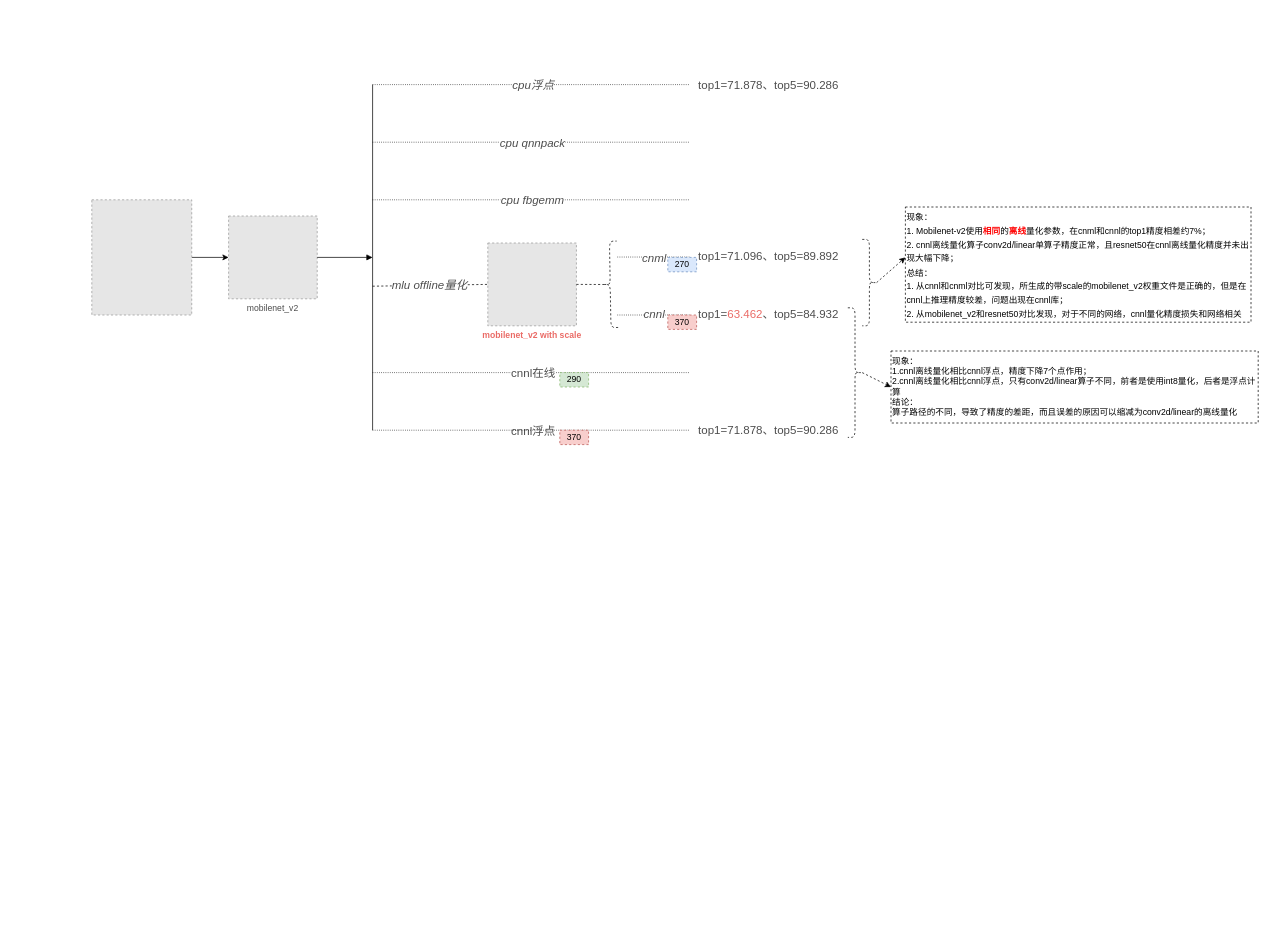
Earlier version of the draw.io diagram torch/quantize_analysis.drawio (alanzhai219/dive_into_framework). Source tidied: cells renumbered, new cells numbered last; positions are measured from the earlier drawing's top-left corner, leaving out a move shared by most shapes. Both pictures are drawn from the tidied source at 72%, with x=0, y=0 at pixel (91, 70). Pictures stored in the file or linked from it are replaced by grey dashed boxes.
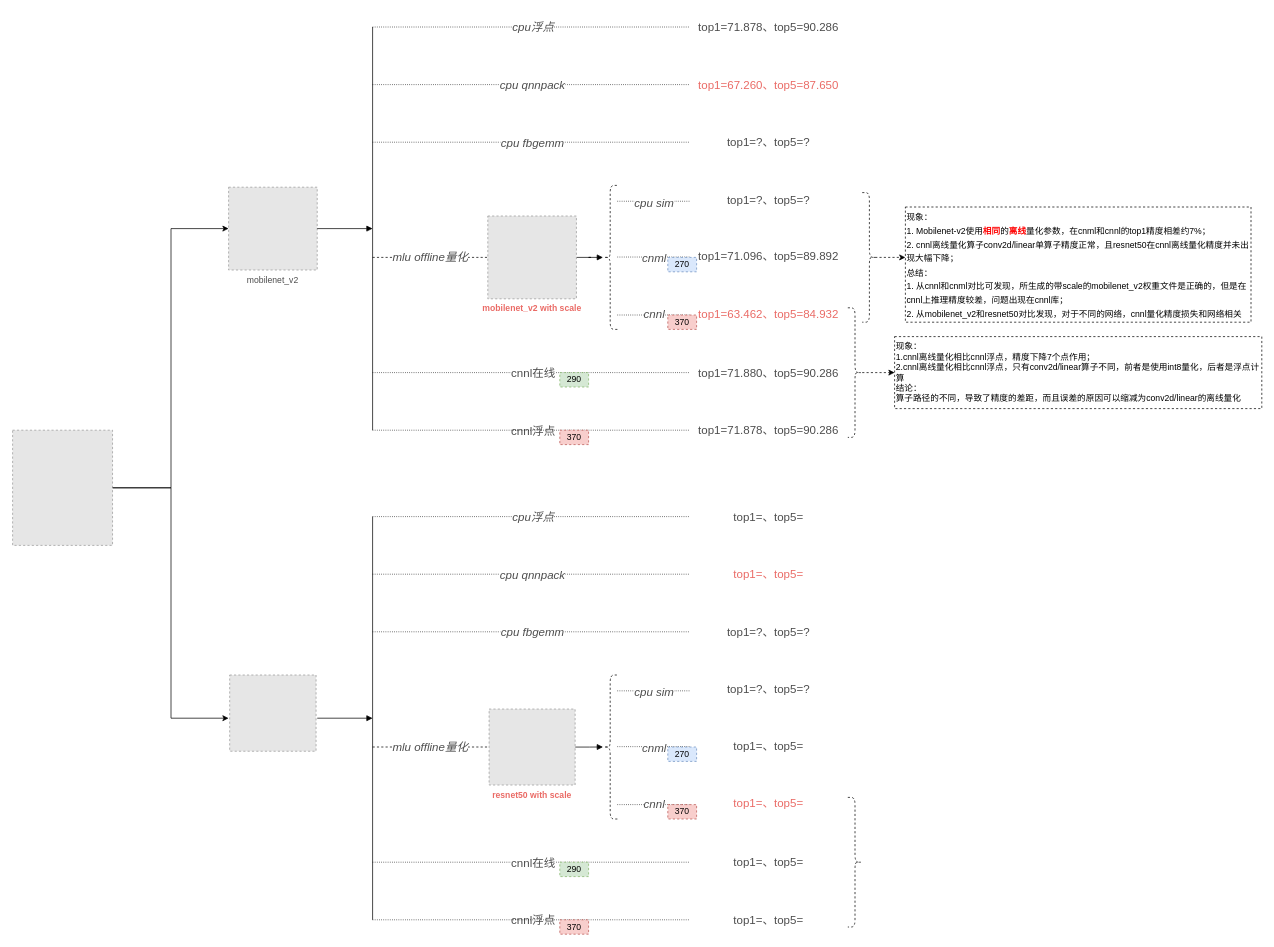
The same diagram, later.

Diff of the diagram source:
```diff
@@
     <mxCell id="2" style="edgeStyle=orthogonalEdgeStyle;rounded=0;jettySize=auto;html=1;fontColor=#4D4D4D;" parent="1" edge="1" source="3" target="4">
-      <mxGeometry relative="1" as="geometry" />
+      <mxGeometry relative="1" as="geometry">
+        <Array as="points">
+          <mxPoint x="110" y="580" />
+          <mxPoint x="110" y="220" />
+        </Array>
+      </mxGeometry>
     </mxCell>
     <mxCell id="3" style="fillColor=#E6E6E6;strokeColor=#999999;dashed=1;verticalLabelPosition=bottom;verticalAlign=top;fontColor=#4D4D4D;" parent="1" vertex="1">
-      <mxGeometry y="180" width="138.8" height="160" as="geometry" />
+      <mxGeometry x="-110" y="500" width="138.8" height="160" as="geometry" />
     </mxCell>
     <mxCell id="4" value="mobilenet_v2" style="fillColor=#E6E6E6;strokeColor=#999999;dashed=1;verticalLabelPosition=bottom;verticalAlign=top;fontColor=#4D4D4D;" parent="1" vertex="1">
-      <mxGeometry x="190" y="202.5" width="123.1" height="115" as="geometry" />
+      <mxGeometry x="190" y="162.5" width="123.1" height="115" as="geometry" />
     </mxCell>
     <mxCell id="5" style="endArrow=block;html=1;rounded=0;exitX=1;exitY=0.5;exitDx=0;exitDy=0;fontColor=#4D4D4D;endFill=1;" parent="1" edge="1" source="4">
       <mxGeometry relative="1" as="geometry">
-        <mxPoint x="390" y="260" as="targetPoint" />
+        <mxPoint x="390" y="220" as="targetPoint" />
       </mxGeometry>
     </mxCell>
     <mxCell id="6" style="endArrow=none;html=1;rounded=0;fontColor=#4D4D4D;" parent="1" edge="1">
       <mxGeometry relative="1" as="geometry">
         <mxPoint x="390" y="500" as="sourcePoint" />
-        <mxPoint x="390" y="20" as="targetPoint" />
+        <mxPoint x="390" y="-60" as="targetPoint" />
       </mxGeometry>
     </mxCell>
     <mxCell id="7" style="endArrow=none;html=1;rounded=0;fontColor=#4D4D4D;dashed=1;dashPattern=1 2;" parent="1" edge="1">
       <mxGeometry relative="1" as="geometry">
-        <mxPoint x="390" y="20" as="sourcePoint" />
-        <mxPoint x="830" y="20" as="targetPoint" />
+        <mxPoint x="390" y="-60" as="sourcePoint" />
+        <mxPoint x="830" y="-60" as="targetPoint" />
       </mxGeometry>
     </mxCell>
@@
     <mxCell id="9" style="endArrow=none;html=1;rounded=0;fontColor=#4D4D4D;dashed=1;dashPattern=1 2;" parent="1" edge="1">
       <mxGeometry relative="1" as="geometry">
-        <mxPoint x="390" y="100" as="sourcePoint" />
-        <mxPoint x="830" y="100" as="targetPoint" />
+        <mxPoint x="390" y="20" as="sourcePoint" />
+        <mxPoint x="830" y="20" as="targetPoint" />
       </mxGeometry>
     </mxCell>
@@
     <mxCell id="11" style="endArrow=none;html=1;rounded=0;fontColor=#4D4D4D;dashed=1;dashPattern=1 2;" parent="1" edge="1">
       <mxGeometry relative="1" as="geometry">
-        <mxPoint x="390" y="180" as="sourcePoint" />
-        <mxPoint x="830" y="180" as="targetPoint" />
+        <mxPoint x="390" y="100" as="sourcePoint" />
+        <mxPoint x="830" y="100" as="targetPoint" />
       </mxGeometry>
     </mxCell>
@@
     <mxCell id="13" style="endArrow=none;html=1;rounded=0;entryX=0;entryY=0.5;entryDx=0;entryDy=0;fontColor=#4D4D4D;dashed=1;" parent="1" edge="1" target="19">
       <mxGeometry relative="1" as="geometry">
-        <mxPoint x="390" y="300" as="sourcePoint" />
+        <mxPoint x="390" y="260" as="sourcePoint" />
       </mxGeometry>
     </mxCell>
@@
+    <mxCell id="40" style="edgeStyle=orthogonalEdgeStyle;rounded=0;jettySize=auto;html=1;fontSize=12;fontColor=#EA6B66;endArrow=block;endFill=1;" parent="1" edge="1" source="19" target="43">
+      <mxGeometry relative="1" as="geometry" />
+    </mxCell>
     <mxCell id="19" value="mobilenet_v2 with scale" style="fillColor=#E6E6E6;strokeColor=#999999;dashed=1;verticalLabelPosition=bottom;verticalAlign=top;fontStyle=1;fontColor=#EA6B66;" parent="1" vertex="1">
-      <mxGeometry x="550" y="240" width="123.1" height="115" as="geometry" />
+      <mxGeometry x="550" y="202.5" width="123.1" height="115" as="geometry" />
     </mxCell>
-    <mxCell id="20" style="shape=curlyBracket;whiteSpace=wrap;html=1;rounded=1;flipH=1;fontColor=#4D4D4D;rotation=-181;dashed=1;" parent="1" vertex="1">
-      <mxGeometry x="710" y="237.5" width="20" height="120" as="geometry" />
-    </mxCell>
-    <mxCell id="21" style="endArrow=none;html=1;rounded=0;fontColor=#4D4D4D;exitX=1;exitY=0.5;exitDx=0;exitDy=0;entryX=0.1;entryY=0.5;entryDx=0;entryDy=0;entryPerimeter=0;dashed=1;" parent="1" edge="1" source="19" target="20">
-      <mxGeometry relative="1" as="geometry" />
-    </mxCell>
@@
-    <mxCell id="27" value="top1=&lt;font color=&quot;#ea6b66&quot;&gt;63.462&lt;/font&gt;、top5=84.932" style="text;html=1;strokeColor=none;fillColor=none;align=center;verticalAlign=middle;whiteSpace=wrap;rounded=0;fontSize=16;fontColor=#4D4D4D;" parent="1" vertex="1">
+    <mxCell id="27" value="&lt;font color=&quot;#ea6b66&quot;&gt;top1=63.462、top5=84.932&lt;/font&gt;" style="text;html=1;strokeColor=none;fillColor=none;align=center;verticalAlign=middle;whiteSpace=wrap;rounded=0;fontSize=16;fontColor=#4D4D4D;" parent="1" vertex="1">
       <mxGeometry x="830" y="317.5" width="220" height="40" as="geometry" />
     </mxCell>
     <mxCell id="28" value="top1=71.878、top5=90.286" style="text;html=1;strokeColor=none;fillColor=none;align=center;verticalAlign=middle;whiteSpace=wrap;rounded=0;fontSize=16;fontColor=#4D4D4D;" parent="1" vertex="1">
-      <mxGeometry x="830" width="220" height="40" as="geometry" />
+      <mxGeometry x="830" y="-80" width="220" height="40" as="geometry" />
     </mxCell>
@@
     <mxCell id="30" style="shape=curlyBracket;whiteSpace=wrap;html=1;rounded=1;flipH=1;dashed=1;fontSize=16;fontColor=#EA6B66;" parent="1" vertex="1">
-      <mxGeometry x="1070" y="235" width="20" height="120" as="geometry" />
+      <mxGeometry x="1070" y="170" width="20" height="180" as="geometry" />
     </mxCell>
@@
     <mxCell id="33" value="&lt;font color=&quot;#000000&quot;&gt;现象：&lt;br&gt;1.cnnl离线量化相比cnnl浮点，精度下降7个点作用；&lt;br&gt;2.cnnl离线量化相比cnnl浮点，只有conv2d/linear算子不同，前者是使用int8量化，后者是浮点计算&lt;br&gt;结论：&lt;br&gt;算子路径的不同，导致了精度的差距，而且误差的原因可以缩减为conv2d/linear的离线量化&lt;br&gt;&lt;/font&gt;" style="text;html=1;strokeColor=default;fillColor=none;align=left;verticalAlign=middle;whiteSpace=wrap;rounded=0;dashed=1;fontSize=12;fontColor=#FF0000;" parent="1" vertex="1">
-      <mxGeometry x="1110" y="390" width="510" height="100" as="geometry" />
+      <mxGeometry x="1115" y="370" width="510" height="100" as="geometry" />
     </mxCell>
@@
-    <mxCell id="35" style="endArrow=classic;html=1;rounded=0;dashed=1;fontSize=12;fontColor=#000000;" parent="1" edge="1">
+    <mxCell id="35" style="endArrow=classic;html=1;rounded=0;dashed=1;fontSize=12;fontColor=#000000;exitX=0.1;exitY=0.5;exitDx=0;exitDy=0;exitPerimeter=0;" parent="1" edge="1" source="30">
       <mxGeometry relative="1" as="geometry">
-        <mxPoint x="1090" y="295" as="sourcePoint" />
         <mxPoint x="1130" y="260" as="targetPoint" />
       </mxGeometry>
     </mxCell>
@@
+    <mxCell id="41" value="top1=71.880、top5=90.286" style="text;html=1;strokeColor=none;fillColor=none;align=center;verticalAlign=middle;whiteSpace=wrap;rounded=0;fontSize=16;fontColor=#4D4D4D;" parent="1" vertex="1">
+      <mxGeometry x="830" y="400" width="220" height="40" as="geometry" />
+    </mxCell>
+    <mxCell id="42" value="&lt;font color=&quot;#ea6b66&quot;&gt;top1=67.260、top5=87.650&lt;/font&gt;" style="text;html=1;strokeColor=none;fillColor=none;align=center;verticalAlign=middle;whiteSpace=wrap;rounded=0;fontSize=16;fontColor=#4D4D4D;" parent="1" vertex="1">
+      <mxGeometry x="830" width="220" height="40" as="geometry" />
+    </mxCell>
+    <mxCell id="43" style="shape=curlyBracket;whiteSpace=wrap;html=1;rounded=1;flipH=1;dashed=1;fontSize=12;fontColor=#000000;strokeColor=default;rotation=-180;" parent="1" vertex="1">
+      <mxGeometry x="710" y="160" width="20" height="200" as="geometry" />
+    </mxCell>
+    <mxCell id="44" style="endArrow=none;html=1;rounded=0;fontColor=#4D4D4D;dashed=1;dashPattern=1 2;" parent="1" edge="1">
+      <mxGeometry relative="1" as="geometry">
+        <mxPoint x="730" y="182" as="sourcePoint" />
+        <mxPoint x="830" y="182" as="targetPoint" />
+      </mxGeometry>
+    </mxCell>
+    <mxCell id="45" value="&lt;font style=&quot;font-size: 16px&quot;&gt;&lt;i&gt;cpu sim&lt;/i&gt;&lt;/font&gt;" style="edgeLabel;html=1;align=center;verticalAlign=middle;fontColor=#4D4D4D;" parent="44" vertex="1">
+      <mxGeometry x="0.33" y="-1" relative="1" as="geometry">
+        <mxPoint x="-17" as="offset" />
+      </mxGeometry>
+    </mxCell>
+    <mxCell id="46" value="top1=?、top5=?" style="text;html=1;strokeColor=none;fillColor=none;align=center;verticalAlign=middle;whiteSpace=wrap;rounded=0;fontSize=16;fontColor=#4D4D4D;" parent="1" vertex="1">
+      <mxGeometry x="830" y="160" width="220" height="40" as="geometry" />
+    </mxCell>
+    <mxCell id="47" value="top1=?、top5=?" style="text;html=1;strokeColor=none;fillColor=none;align=center;verticalAlign=middle;whiteSpace=wrap;rounded=0;fontSize=16;fontColor=#4D4D4D;" parent="1" vertex="1">
+      <mxGeometry x="830" y="80" width="220" height="40" as="geometry" />
+    </mxCell>
+    <mxCell id="48" style="endArrow=block;html=1;rounded=0;exitX=1;exitY=0.5;exitDx=0;exitDy=0;fontColor=#4D4D4D;endFill=1;" parent="1" edge="1">
+      <mxGeometry relative="1" as="geometry">
+        <mxPoint x="313.1" y="900" as="sourcePoint" />
+        <mxPoint x="390" y="900" as="targetPoint" />
+      </mxGeometry>
+    </mxCell>
+    <mxCell id="49" style="endArrow=none;html=1;rounded=0;fontColor=#4D4D4D;" parent="1" edge="1">
+      <mxGeometry relative="1" as="geometry">
+        <mxPoint x="390" y="1180" as="sourcePoint" />
+        <mxPoint x="390" y="620" as="targetPoint" />
+      </mxGeometry>
+    </mxCell>
+    <mxCell id="50" style="endArrow=none;html=1;rounded=0;fontColor=#4D4D4D;dashed=1;dashPattern=1 2;" parent="1" edge="1">
+      <mxGeometry relative="1" as="geometry">
+        <mxPoint x="390" y="620" as="sourcePoint" />
+        <mxPoint x="830" y="620" as="targetPoint" />
+      </mxGeometry>
+    </mxCell>
+    <mxCell id="51" value="&lt;font size=&quot;1&quot;&gt;&lt;i style=&quot;font-size: 16px&quot;&gt;cpu浮点&lt;/i&gt;&lt;/font&gt;" style="edgeLabel;html=1;align=center;verticalAlign=middle;fontColor=#4D4D4D;" parent="50" vertex="1">
+      <mxGeometry x="0.3" y="1" relative="1" as="geometry">
+        <mxPoint x="-64" as="offset" />
+      </mxGeometry>
+    </mxCell>
+    <mxCell id="52" style="endArrow=none;html=1;rounded=0;fontColor=#4D4D4D;dashed=1;dashPattern=1 2;" parent="1" edge="1">
+      <mxGeometry relative="1" as="geometry">
+        <mxPoint x="390" y="700" as="sourcePoint" />
+        <mxPoint x="830" y="700" as="targetPoint" />
+      </mxGeometry>
+    </mxCell>
+    <mxCell id="53" value="&lt;font size=&quot;1&quot;&gt;&lt;i style=&quot;font-size: 16px&quot;&gt;cpu qnnpack&lt;/i&gt;&lt;/font&gt;" style="edgeLabel;html=1;align=center;verticalAlign=middle;fontColor=#4D4D4D;" parent="52" vertex="1">
+      <mxGeometry x="0.28" relative="1" as="geometry">
+        <mxPoint x="-61" as="offset" />
+      </mxGeometry>
+    </mxCell>
+    <mxCell id="54" style="endArrow=none;html=1;rounded=0;fontColor=#4D4D4D;dashed=1;dashPattern=1 2;" parent="1" edge="1">
+      <mxGeometry relative="1" as="geometry">
+        <mxPoint x="390" y="780" as="sourcePoint" />
+        <mxPoint x="830" y="780" as="targetPoint" />
+      </mxGeometry>
+    </mxCell>
+    <mxCell id="55" value="&lt;font style=&quot;font-size: 16px&quot;&gt;&lt;i&gt;cpu fbgemm&lt;/i&gt;&lt;/font&gt;" style="edgeLabel;html=1;align=center;verticalAlign=middle;fontColor=#4D4D4D;" parent="54" vertex="1">
+      <mxGeometry x="0.28" relative="1" as="geometry">
+        <mxPoint x="-61" as="offset" />
+      </mxGeometry>
+    </mxCell>
+    <mxCell id="56" style="endArrow=none;html=1;rounded=0;entryX=0;entryY=0.5;entryDx=0;entryDy=0;fontColor=#4D4D4D;dashed=1;" parent="1" edge="1">
+      <mxGeometry relative="1" as="geometry">
+        <mxPoint x="390" y="940" as="sourcePoint" />
+        <mxPoint x="550" y="940" as="targetPoint" />
+      </mxGeometry>
+    </mxCell>
+    <mxCell id="57" value="&lt;font style=&quot;font-size: 16px&quot;&gt;&lt;i&gt;mlu offline量化&lt;/i&gt;&lt;/font&gt;" style="edgeLabel;html=1;align=center;verticalAlign=middle;fontColor=#4D4D4D;" parent="56" vertex="1">
+      <mxGeometry x="0.28" relative="1" as="geometry">
+        <mxPoint x="-23" y="-1" as="offset" />
+      </mxGeometry>
+    </mxCell>
+    <mxCell id="58" style="endArrow=none;html=1;rounded=0;fontColor=#4D4D4D;dashed=1;dashPattern=1 2;" parent="1" edge="1">
+      <mxGeometry relative="1" as="geometry">
+        <mxPoint x="390" y="1100" as="sourcePoint" />
+        <mxPoint x="830" y="1100" as="targetPoint" />
+      </mxGeometry>
+    </mxCell>
+    <mxCell id="59" value="&lt;font style=&quot;font-size: 16px&quot;&gt;cnnl浮点&lt;/font&gt;" style="edgeLabel;html=1;align=center;verticalAlign=middle;fontColor=#4D4D4D;" parent="58" vertex="1">
+      <mxGeometry x="0.3" y="1" relative="1" as="geometry">
+        <mxPoint x="-64" y="81" as="offset" />
+      </mxGeometry>
+    </mxCell>
+    <mxCell id="60" style="endArrow=none;html=1;rounded=0;fontColor=#4D4D4D;dashed=1;dashPattern=1 2;" parent="1" edge="1">
+      <mxGeometry relative="1" as="geometry">
+        <mxPoint x="390" y="1180" as="sourcePoint" />
+        <mxPoint x="830" y="1180" as="targetPoint" />
+      </mxGeometry>
+    </mxCell>
+    <mxCell id="61" value="&lt;font style=&quot;font-size: 16px&quot;&gt;cnnl在线&lt;/font&gt;" style="edgeLabel;html=1;align=center;verticalAlign=middle;fontColor=#4D4D4D;" parent="60" vertex="1">
+      <mxGeometry x="0.3" y="1" relative="1" as="geometry">
+        <mxPoint x="-64" y="-79" as="offset" />
+      </mxGeometry>
+    </mxCell>
+    <mxCell id="62" style="endArrow=none;html=1;rounded=0;fontColor=#4D4D4D;dashed=1;dashPattern=1 2;" parent="1" edge="1">
+      <mxGeometry relative="1" as="geometry">
+        <mxPoint x="730" y="939.5" as="sourcePoint" />
+        <mxPoint x="830" y="939.5" as="targetPoint" />
+      </mxGeometry>
+    </mxCell>
+    <mxCell id="63" value="&lt;font style=&quot;font-size: 16px&quot;&gt;&lt;i&gt;cnml&lt;/i&gt;&lt;/font&gt;" style="edgeLabel;html=1;align=center;verticalAlign=middle;fontColor=#4D4D4D;" parent="62" vertex="1">
+      <mxGeometry x="0.33" y="-1" relative="1" as="geometry">
+        <mxPoint x="-17" as="offset" />
+      </mxGeometry>
+    </mxCell>
+    <mxCell id="64" style="endArrow=none;html=1;rounded=0;fontColor=#4D4D4D;dashed=1;dashPattern=1 2;" parent="1" edge="1">
+      <mxGeometry relative="1" as="geometry">
+        <mxPoint x="730" y="1020" as="sourcePoint" />
+        <mxPoint x="830" y="1020" as="targetPoint" />
+      </mxGeometry>
+    </mxCell>
+    <mxCell id="65" value="&lt;i&gt;&lt;font style=&quot;font-size: 16px&quot;&gt;cnnl&lt;/font&gt;&lt;/i&gt;" style="edgeLabel;html=1;align=center;verticalAlign=middle;fontColor=#4D4D4D;" parent="64" vertex="1">
+      <mxGeometry x="0.4" y="2" relative="1" as="geometry">
+        <mxPoint x="-20" as="offset" />
+      </mxGeometry>
+    </mxCell>
+    <mxCell id="66" value="top1=、top5=" style="text;html=1;strokeColor=none;fillColor=none;align=center;verticalAlign=middle;whiteSpace=wrap;rounded=0;fontSize=16;fontColor=#4D4D4D;" parent="1" vertex="1">
+      <mxGeometry x="830" y="917.5" width="220" height="40" as="geometry" />
+    </mxCell>
+    <mxCell id="67" value="&lt;font color=&quot;#ea6b66&quot;&gt;top1=、top5=&lt;/font&gt;" style="text;html=1;strokeColor=none;fillColor=none;align=center;verticalAlign=middle;whiteSpace=wrap;rounded=0;fontSize=16;fontColor=#4D4D4D;" parent="1" vertex="1">
+      <mxGeometry x="830" y="997.5" width="220" height="40" as="geometry" />
+    </mxCell>
+    <mxCell id="68" value="top1=、top5=" style="text;html=1;strokeColor=none;fillColor=none;align=center;verticalAlign=middle;whiteSpace=wrap;rounded=0;fontSize=16;fontColor=#4D4D4D;" parent="1" vertex="1">
+      <mxGeometry x="830" y="600" width="220" height="40" as="geometry" />
+    </mxCell>
+    <mxCell id="69" value="top1=、top5=" style="text;html=1;strokeColor=none;fillColor=none;align=center;verticalAlign=middle;whiteSpace=wrap;rounded=0;fontSize=16;fontColor=#4D4D4D;" parent="1" vertex="1">
+      <mxGeometry x="830" y="1160" width="220" height="40" as="geometry" />
+    </mxCell>
+    <mxCell id="70" style="shape=curlyBracket;whiteSpace=wrap;html=1;rounded=1;flipH=1;dashed=1;fontSize=12;fontColor=#FF0000;" parent="1" vertex="1">
+      <mxGeometry x="1050" y="1010" width="20" height="180" as="geometry" />
+    </mxCell>
+    <mxCell id="71" value="290" style="text;html=1;strokeColor=#82b366;fillColor=#d5e8d4;align=center;verticalAlign=middle;whiteSpace=wrap;rounded=0;dashed=1;fontSize=12;" parent="1" vertex="1">
+      <mxGeometry x="650" y="1100" width="40" height="20" as="geometry" />
+    </mxCell>
+    <mxCell id="72" value="370" style="text;html=1;strokeColor=#b85450;fillColor=#f8cecc;align=center;verticalAlign=middle;whiteSpace=wrap;rounded=0;dashed=1;fontSize=12;" parent="1" vertex="1">
+      <mxGeometry x="650" y="1180" width="40" height="20" as="geometry" />
+    </mxCell>
+    <mxCell id="73" value="370" style="text;html=1;strokeColor=#b85450;fillColor=#f8cecc;align=center;verticalAlign=middle;whiteSpace=wrap;rounded=0;dashed=1;fontSize=12;" parent="1" vertex="1">
+      <mxGeometry x="800" y="1020" width="40" height="20" as="geometry" />
+    </mxCell>
+    <mxCell id="74" value="270" style="text;html=1;strokeColor=#6c8ebf;fillColor=#dae8fc;align=center;verticalAlign=middle;whiteSpace=wrap;rounded=0;dashed=1;fontSize=12;" parent="1" vertex="1">
+      <mxGeometry x="800" y="940" width="40" height="20" as="geometry" />
+    </mxCell>
+    <mxCell id="75" value="top1=、top5=" style="text;html=1;strokeColor=none;fillColor=none;align=center;verticalAlign=middle;whiteSpace=wrap;rounded=0;fontSize=16;fontColor=#4D4D4D;" parent="1" vertex="1">
+      <mxGeometry x="830" y="1080" width="220" height="40" as="geometry" />
+    </mxCell>
+    <mxCell id="76" value="&lt;font color=&quot;#ea6b66&quot;&gt;top1=、top5=&lt;/font&gt;" style="text;html=1;strokeColor=none;fillColor=none;align=center;verticalAlign=middle;whiteSpace=wrap;rounded=0;fontSize=16;fontColor=#4D4D4D;" parent="1" vertex="1">
+      <mxGeometry x="830" y="680" width="220" height="40" as="geometry" />
+    </mxCell>
+    <mxCell id="77" style="shape=curlyBracket;whiteSpace=wrap;html=1;rounded=1;flipH=1;dashed=1;fontSize=12;fontColor=#000000;strokeColor=default;rotation=-180;" parent="1" vertex="1">
+      <mxGeometry x="710" y="840" width="20" height="200" as="geometry" />
+    </mxCell>
+    <mxCell id="78" style="endArrow=none;html=1;rounded=0;fontColor=#4D4D4D;dashed=1;dashPattern=1 2;" parent="1" edge="1">
+      <mxGeometry relative="1" as="geometry">
+        <mxPoint x="730" y="862" as="sourcePoint" />
+        <mxPoint x="830" y="862" as="targetPoint" />
+      </mxGeometry>
+    </mxCell>
+    <mxCell id="79" value="&lt;font style=&quot;font-size: 16px&quot;&gt;&lt;i&gt;cpu sim&lt;/i&gt;&lt;/font&gt;" style="edgeLabel;html=1;align=center;verticalAlign=middle;fontColor=#4D4D4D;" parent="78" vertex="1">
+      <mxGeometry x="0.33" y="-1" relative="1" as="geometry">
+        <mxPoint x="-17" as="offset" />
+      </mxGeometry>
+    </mxCell>
+    <mxCell id="80" value="top1=?、top5=?" style="text;html=1;strokeColor=none;fillColor=none;align=center;verticalAlign=middle;whiteSpace=wrap;rounded=0;fontSize=16;fontColor=#4D4D4D;" parent="1" vertex="1">
+      <mxGeometry x="830" y="840" width="220" height="40" as="geometry" />
+    </mxCell>
+    <mxCell id="81" value="top1=?、top5=?" style="text;html=1;strokeColor=none;fillColor=none;align=center;verticalAlign=middle;whiteSpace=wrap;rounded=0;fontSize=16;fontColor=#4D4D4D;" parent="1" vertex="1">
+      <mxGeometry x="830" y="760" width="220" height="40" as="geometry" />
+    </mxCell>
+    <mxCell id="82" style="endArrow=classic;html=1;rounded=0;fontSize=12;fontColor=#EA6B66;entryX=0;entryY=0.5;entryDx=0;entryDy=0;exitX=1;exitY=0.5;exitDx=0;exitDy=0;" parent="1" edge="1" source="3">
+      <mxGeometry relative="1" as="geometry">
+        <mxPoint x="190" y="900" as="targetPoint" />
+        <Array as="points">
+          <mxPoint x="110" y="580" />
+          <mxPoint x="110" y="900" />
+        </Array>
+      </mxGeometry>
+    </mxCell>
+    <mxCell id="83" style="fillColor=#E6E6E6;strokeColor=#999999;dashed=1;verticalLabelPosition=bottom;verticalAlign=top;fontSize=12;fontColor=#EA6B66;" parent="1" vertex="1">
+      <mxGeometry x="191.5" y="840" width="120" height="105.9" as="geometry" />
+    </mxCell>
+    <mxCell id="84" style="edgeStyle=orthogonalEdgeStyle;rounded=0;jettySize=auto;html=1;fontSize=12;fontColor=#EA6B66;endArrow=block;endFill=1;" parent="1" edge="1" source="85" target="77">
+      <mxGeometry relative="1" as="geometry" />
+    </mxCell>
+    <mxCell id="85" value="resnet50 with scale" style="fillColor=#E6E6E6;strokeColor=#999999;dashed=1;verticalLabelPosition=bottom;verticalAlign=top;fontSize=12;fontColor=#EA6B66;fontStyle=1;" parent="1" vertex="1">
+      <mxGeometry x="551.8" y="887.3" width="119.5" height="105.5" as="geometry" />
+    </mxCell>
```
